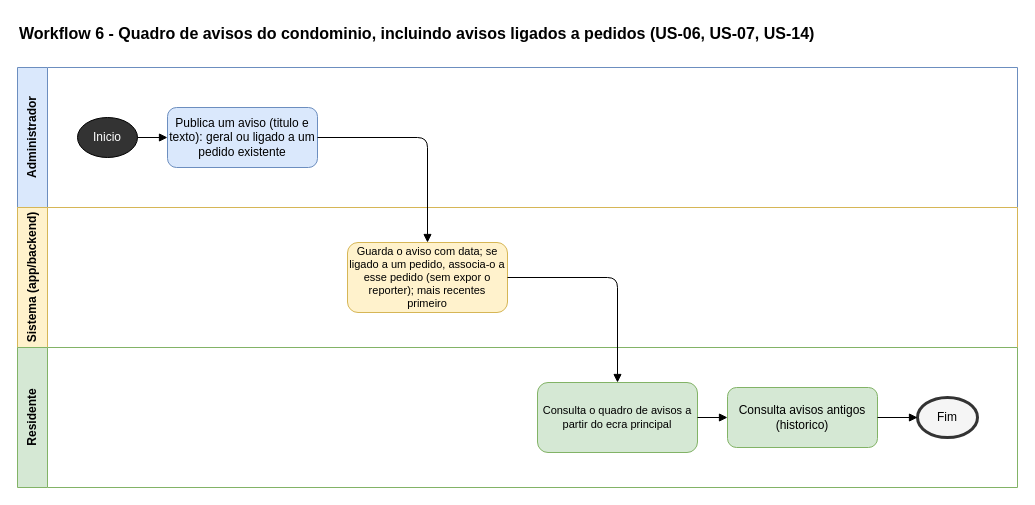
LMNSdev/LABDSOF_DOMUSCAST keeps this draw.io diagram as page "6. Quadro de avisos" (6 of 6) of docs/sprintA/workflows.drawio. Above is the earlier version. Source tidied: cells renumbered, new cells numbered last; positions are measured from the earlier drawing's top-left corner, leaving out a move shared by most shapes. Both pictures are drawn from the tidied source at 100%, with x=0, y=0 at pixel (17, 17).
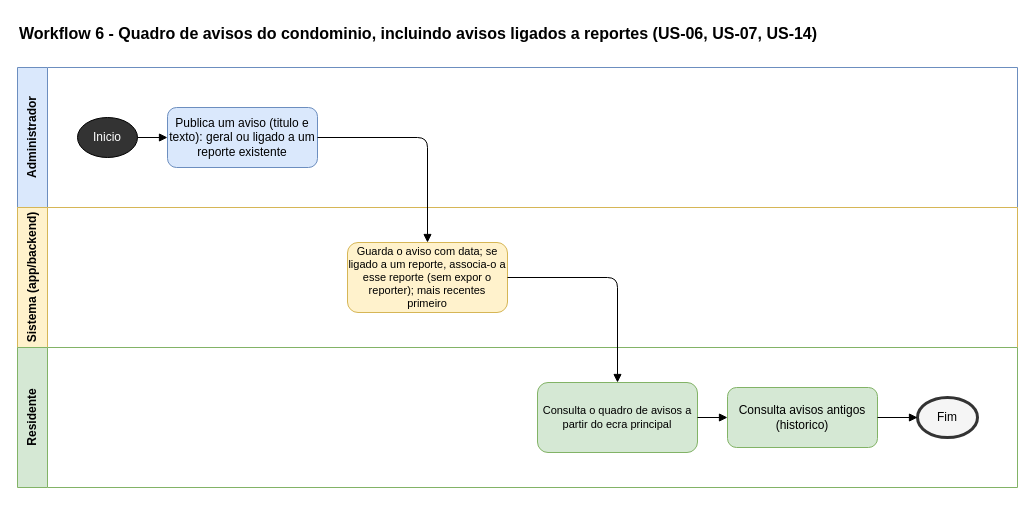
The same diagram, later.

What changed in the source:
```diff
@@
 <mxGraphModel>
   <root>
     <mxCell id="0" />
     <mxCell id="1" parent="0" />
-    <mxCell id="2" value="Workflow 6 - Quadro de avisos do condominio, incluindo avisos ligados a pedidos (US-06, US-07, US-14)" style="text;html=1;fontSize=16;fontStyle=1;align=left;" parent="1" vertex="1">
+    <mxCell id="2" value="Workflow 6 - Quadro de avisos do condominio, incluindo avisos ligados a reportes (US-06, US-07, US-14)" style="text;html=1;fontSize=16;fontStyle=1;align=left;" parent="1" vertex="1">
       <mxGeometry width="900" height="30" as="geometry" />
     </mxCell>
     <mxCell id="3" value="Administrador" style="swimlane;horizontal=0;whiteSpace=wrap;html=1;startSize=30;fillColor=#dae8fc;strokeColor=#6c8ebf;fontStyle=1;swimlaneFillColor=#ffffff;" parent="1" vertex="1">
       <mxGeometry y="50" width="1000" height="140" as="geometry" />
     </mxCell>
     <mxCell id="4" value="Sistema (app/backend)" style="swimlane;horizontal=0;whiteSpace=wrap;html=1;startSize=30;fillColor=#fff2cc;strokeColor=#d6b656;fontStyle=1;swimlaneFillColor=#ffffff;" parent="1" vertex="1">
       <mxGeometry y="190" width="1000" height="140" as="geometry" />
     </mxCell>
     <mxCell id="5" value="Residente" style="swimlane;horizontal=0;whiteSpace=wrap;html=1;startSize=30;fillColor=#d5e8d4;strokeColor=#82b366;fontStyle=1;swimlaneFillColor=#ffffff;" parent="1" vertex="1">
       <mxGeometry y="330" width="1000" height="140" as="geometry" />
     </mxCell>
     <mxCell id="6" value="Inicio" style="ellipse;whiteSpace=wrap;html=1;fillColor=#333333;fontColor=#ffffff;" parent="1" vertex="1">
       <mxGeometry x="60" y="100" width="60" height="40" as="geometry" />
     </mxCell>
-    <mxCell id="7" value="Publica um aviso (titulo e texto): geral ou ligado a um pedido existente" style="rounded=1;whiteSpace=wrap;html=1;fillColor=#dae8fc;strokeColor=#6c8ebf;" parent="1" vertex="1">
+    <mxCell id="7" value="Publica um aviso (titulo e texto): geral ou ligado a um reporte existente" style="rounded=1;whiteSpace=wrap;html=1;fillColor=#dae8fc;strokeColor=#6c8ebf;" parent="1" vertex="1">
       <mxGeometry x="150" y="90" width="150" height="60" as="geometry" />
     </mxCell>
-    <mxCell id="8" value="Guarda o aviso com data; se ligado a um pedido, associa-o a esse pedido (sem expor o reporter); mais recentes primeiro" style="rounded=1;whiteSpace=wrap;html=1;fillColor=#fff2cc;strokeColor=#d6b656;fontSize=11;" parent="1" vertex="1">
+    <mxCell id="8" value="Guarda o aviso com data; se ligado a um reporte, associa-o a esse reporte (sem expor o reporter); mais recentes primeiro" style="rounded=1;whiteSpace=wrap;html=1;fillColor=#fff2cc;strokeColor=#d6b656;fontSize=11;" parent="1" vertex="1">
       <mxGeometry x="330" y="225" width="160" height="70" as="geometry" />
     </mxCell>
     <mxCell id="9" value="Consulta o quadro de avisos a partir do ecra principal" style="rounded=1;whiteSpace=wrap;html=1;fillColor=#d5e8d4;strokeColor=#82b366;fontSize=11;" parent="1" vertex="1">
       <mxGeometry x="520" y="365" width="160" height="70" as="geometry" />
     </mxCell>
     <mxCell id="10" value="Consulta avisos antigos (historico)" style="rounded=1;whiteSpace=wrap;html=1;fillColor=#d5e8d4;strokeColor=#82b366;" parent="1" vertex="1">
       <mxGeometry x="710" y="370" width="150" height="60" as="geometry" />
     </mxCell>
     <mxCell id="11" value="Fim" style="ellipse;whiteSpace=wrap;html=1;fillColor=#f5f5f5;strokeColor=#333333;strokeWidth=3;" parent="1" vertex="1">
       <mxGeometry x="900" y="380" width="60" height="40" as="geometry" />
     </mxCell>
     <mxCell id="12" style="edgeStyle=orthogonalEdgeStyle;rounded=1;html=1;endArrow=block;endFill=1;" parent="1" edge="1" source="6" target="7">
       <mxGeometry relative="1" as="geometry" />
     </mxCell>
     <mxCell id="13" style="edgeStyle=orthogonalEdgeStyle;rounded=1;html=1;endArrow=block;endFill=1;" parent="1" edge="1" source="7" target="8">
       <mxGeometry relative="1" as="geometry" />
     </mxCell>
     <mxCell id="14" style="edgeStyle=orthogonalEdgeStyle;rounded=1;html=1;endArrow=block;endFill=1;" parent="1" edge="1" source="8" target="9">
       <mxGeometry relative="1" as="geometry" />
     </mxCell>
     <mxCell id="15" style="edgeStyle=orthogonalEdgeStyle;rounded=1;html=1;endArrow=block;endFill=1;" parent="1" edge="1" source="9" target="10">
       <mxGeometry relative="1" as="geometry" />
     </mxCell>
     <mxCell id="16" style="edgeStyle=orthogonalEdgeStyle;rounded=1;html=1;endArrow=block;endFill=1;" parent="1" edge="1" source="10" target="11">
       <mxGeometry relative="1" as="geometry" />
     </mxCell>
   </root>
 </mxGraphModel>
```
